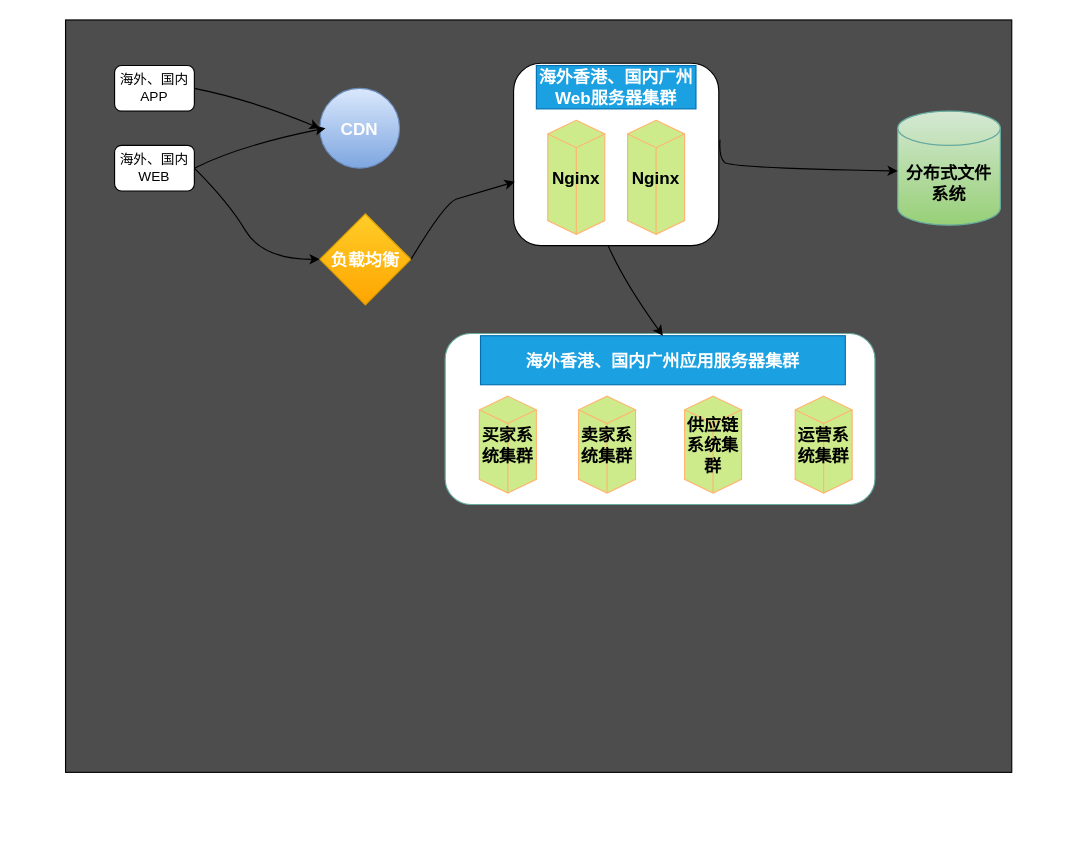
luoyongshun/framework keeps this draw.io diagram as cloudbirds/整体全景应用架构模型3.0.drawio. Above is the earlier version. Source tidied: cells renumbered, new cells numbered last; positions are measured from the earlier drawing's top-left corner, leaving out a move shared by most shapes. Both pictures are drawn from the tidied source at 114%, with x=0, y=0 at pixel (65, 19).
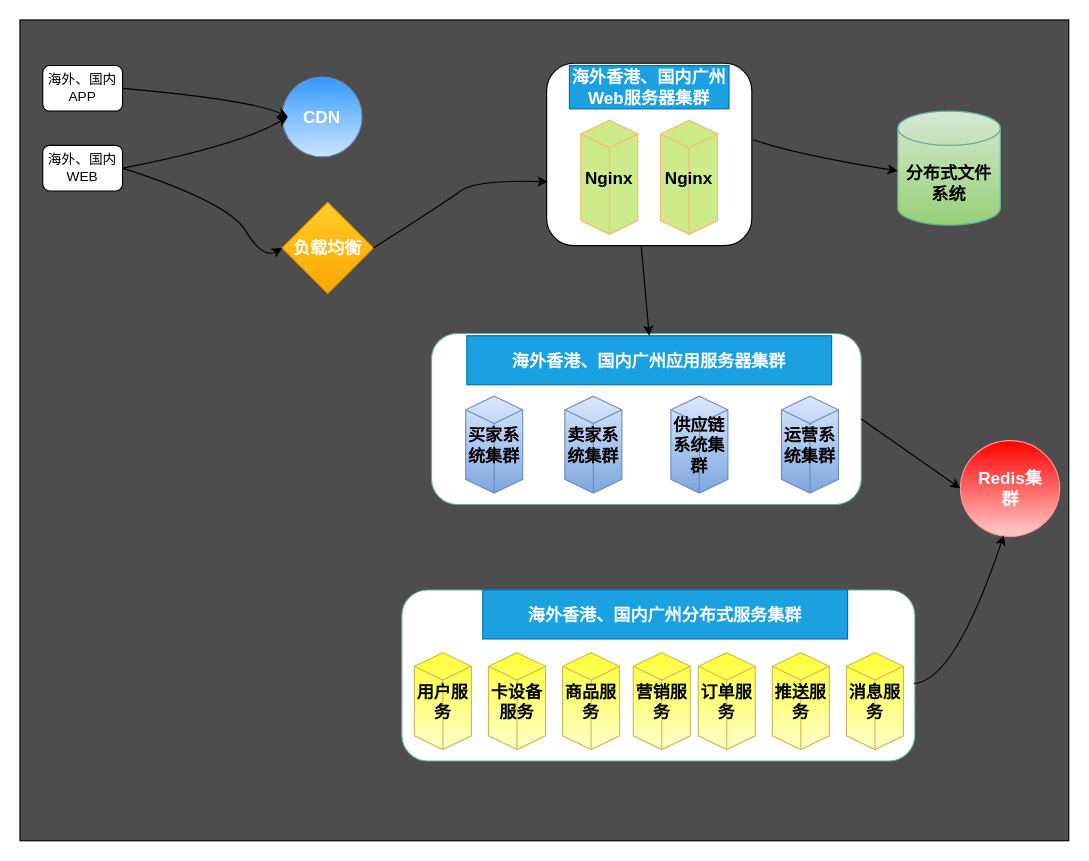
The same page after the edit.

Commit message:
更新整体全景应用架构模型3.0.drawio

The change refers to these unchanged cells:
```xml
<mxCell id="17" value="分布式文件系统" style="shape=cylinder3;whiteSpace=wrap;html=1;boundedLbl=1;backgroundOutline=1;size=15;fontSize=15;fillColor=#d5e8d4;strokeColor=#67AB9F;gradientColor=#97d077;fontStyle=1;" parent="1" vertex="1">
  <mxGeometry x="730" y="80" width="90" height="100" as="geometry" />
</mxCell>
```

Change to the diagram source:
```diff
@@
     <mxCell id="2" style="rounded=0;whiteSpace=wrap;html=1;fillColor=#4D4D4D;" parent="1" vertex="1">
-      <mxGeometry width="830" height="660" as="geometry" />
+      <mxGeometry x="-40" width="920" height="720" as="geometry" />
     </mxCell>
     <mxCell id="3" value="海外、国内APP" style="rounded=1;whiteSpace=wrap;html=1;" parent="1" vertex="1">
-      <mxGeometry x="43" y="40" width="70" height="40" as="geometry" />
+      <mxGeometry x="-20" y="40" width="70" height="40" as="geometry" />
     </mxCell>
     <mxCell id="4" value="海外、国内WEB" style="rounded=1;whiteSpace=wrap;html=1;" parent="1" vertex="1">
-      <mxGeometry x="43" y="110" width="70" height="40" as="geometry" />
+      <mxGeometry x="-20" y="110" width="70" height="40" as="geometry" />
     </mxCell>
-    <mxCell id="5" style="verticalLabelPosition=bottom;verticalAlign=top;html=1;shape=mxgraph.flowchart.on-page_reference;fillColor=#dae8fc;gradientColor=#7ea6e0;strokeColor=#6c8ebf;" parent="1" vertex="1">
-      <mxGeometry x="223" y="60" width="70" height="70" as="geometry" />
+    <mxCell id="5" style="verticalLabelPosition=bottom;verticalAlign=top;html=1;shape=mxgraph.flowchart.on-page_reference;fillColor=#3399FF;gradientColor=#CCE5FF;strokeColor=#6c8ebf;" parent="1" vertex="1">
+      <mxGeometry x="190" y="50" width="70" height="70" as="geometry" />
     </mxCell>
     <mxCell id="6" value="&lt;font size=&quot;1&quot; color=&quot;#ffffff&quot;&gt;&lt;b style=&quot;font-size: 15px;&quot;&gt;负载均衡&lt;/b&gt;&lt;/font&gt;" style="rhombus;whiteSpace=wrap;html=1;fillColor=#ffcd28;gradientColor=#ffa500;strokeColor=#d79b00;" parent="1" vertex="1">
-      <mxGeometry x="223" y="170" width="80" height="80" as="geometry" />
+      <mxGeometry x="190" y="160" width="80" height="80" as="geometry" />
     </mxCell>
-    <mxCell id="7" style="curved=1;endArrow=classic;html=1;rounded=0;fontColor=#FFFFFF;entryX=0;entryY=0.5;entryDx=0;entryDy=0;entryPerimeter=0;exitX=1;exitY=0.5;exitDx=0;exitDy=0;" parent="1" edge="1" source="3" target="5">
+    <mxCell id="7" style="curved=1;endArrow=classic;html=1;rounded=0;fontColor=#FFFFFF;entryX=0;entryY=0.5;entryDx=0;entryDy=0;exitX=1;exitY=0.5;exitDx=0;exitDy=0;" parent="1" edge="1" source="3" target="9">
       <mxGeometry relative="1" as="geometry">
         <Array as="points">
           <mxPoint x="163" y="70" />
         </Array>
       </mxGeometry>
     </mxCell>
@@
     <mxCell id="9" value="&lt;b&gt;&lt;font style=&quot;font-size: 15px;&quot;&gt;CDN&lt;/font&gt;&lt;/b&gt;" style="text;html=1;strokeColor=none;fillColor=none;align=center;verticalAlign=middle;whiteSpace=wrap;rounded=0;fontColor=#FFFFFF;" parent="1" vertex="1">
-      <mxGeometry x="228" y="80" width="60" height="30" as="geometry" />
+      <mxGeometry x="195" y="70" width="60" height="30" as="geometry" />
     </mxCell>
     <mxCell id="10" style="rounded=1;whiteSpace=wrap;html=1;fontColor=#FFFFFF;fillColor=#FFFFFF;" parent="1" vertex="1">
-      <mxGeometry x="393" y="38" width="180" height="160" as="geometry" />
+      <mxGeometry x="422" y="38" width="180" height="160" as="geometry" />
     </mxCell>
@@
     <mxCell id="12" value="&lt;font style=&quot;font-size: 15px;&quot;&gt;海外香港、国内广州Web服务器集群&lt;/font&gt;" style="text;html=1;strokeColor=#006EAF;fillColor=#1ba1e2;align=center;verticalAlign=middle;whiteSpace=wrap;rounded=0;fontColor=#ffffff;fontStyle=1;" parent="1" vertex="1">
-      <mxGeometry x="413" y="40" width="140" height="38" as="geometry" />
+      <mxGeometry x="442" y="40" width="140" height="38" as="geometry" />
     </mxCell>
     <mxCell id="13" style="curved=1;endArrow=classic;html=1;rounded=0;fontColor=#000000;entryX=0.006;entryY=0.65;entryDx=0;entryDy=0;entryPerimeter=0;exitX=1;exitY=0.5;exitDx=0;exitDy=0;" parent="1" edge="1" source="6" target="10">
       <mxGeometry relative="1" as="geometry">
         <Array as="points">
           <mxPoint x="333" y="160" />
-          <mxPoint x="353" y="154" />
+          <mxPoint x="360" y="140" />
         </Array>
       </mxGeometry>
     </mxCell>
     <mxCell id="14" value="Nginx" style="html=1;whiteSpace=wrap;shape=isoCube2;backgroundOutline=1;isoAngle=15;fontSize=15;fillColor=#cdeb8b;strokeColor=#FFB570;fontStyle=1;" parent="1" vertex="1">
-      <mxGeometry x="423" y="88" width="50" height="100" as="geometry" />
+      <mxGeometry x="452" y="88" width="50" height="100" as="geometry" />
     </mxCell>
     <mxCell id="15" value="Nginx" style="html=1;whiteSpace=wrap;shape=isoCube2;backgroundOutline=1;isoAngle=15;fontSize=15;fillColor=#cdeb8b;strokeColor=#FFB570;fontStyle=1;" parent="1" vertex="1">
-      <mxGeometry x="493" y="88" width="50" height="100" as="geometry" />
+      <mxGeometry x="522" y="88" width="50" height="100" as="geometry" />
     </mxCell>
@@
     <mxCell id="18" style="curved=1;endArrow=classic;html=1;rounded=0;fontSize=15;fontColor=#000000;exitX=1.006;exitY=0.419;exitDx=0;exitDy=0;exitPerimeter=0;entryX=0;entryY=0;entryDx=0;entryDy=52.5;entryPerimeter=0;" parent="1" edge="1" source="10" target="17">
       <mxGeometry relative="1" as="geometry">
         <Array as="points">
-          <mxPoint x="573" y="120" />
-          <mxPoint x="583" y="130" />
+          <mxPoint x="640" y="118" />
         </Array>
       </mxGeometry>
     </mxCell>
     <mxCell id="19" style="rounded=1;whiteSpace=wrap;html=1;strokeColor=#67AB9F;fontSize=15;fontColor=#000000;fillColor=#FFFFFF;" parent="1" vertex="1">
-      <mxGeometry x="333" y="275" width="377" height="150" as="geometry" />
+      <mxGeometry x="321" y="275" width="377" height="150" as="geometry" />
     </mxCell>
     <mxCell id="20" value="海外香港、国内广州应用服务器集群" style="text;html=1;strokeColor=#006EAF;fillColor=#1ba1e2;align=center;verticalAlign=middle;whiteSpace=wrap;rounded=0;fontSize=15;fontColor=#ffffff;fontStyle=1;" parent="1" vertex="1">
-      <mxGeometry x="364" y="277" width="320" height="43" as="geometry" />
+      <mxGeometry x="352" y="277" width="320" height="43" as="geometry" />
     </mxCell>
     <mxCell id="21" style="curved=1;endArrow=classic;html=1;rounded=0;fontSize=15;fontColor=#000000;entryX=0.5;entryY=0;entryDx=0;entryDy=0;exitX=0.461;exitY=1;exitDx=0;exitDy=0;exitPerimeter=0;" parent="1" edge="1" source="10" target="20">
-      <mxGeometry relative="1" as="geometry">
-        <Array as="points">
-          <mxPoint x="490" y="230" />
-        </Array>
-      </mxGeometry>
+      <mxGeometry relative="1" as="geometry" />
     </mxCell>
-    <mxCell id="22" value="买家系统集群" style="html=1;whiteSpace=wrap;shape=isoCube2;backgroundOutline=1;isoAngle=15;fontSize=15;fillColor=#cdeb8b;strokeColor=#FFB570;fontStyle=1;" parent="1" vertex="1">
-      <mxGeometry x="363" y="330" width="50" height="85" as="geometry" />
+    <mxCell id="22" value="买家系统集群" style="html=1;whiteSpace=wrap;shape=isoCube2;backgroundOutline=1;isoAngle=15;fontSize=15;fillColor=#dae8fc;strokeColor=#6c8ebf;fontStyle=1;gradientColor=#7ea6e0;" parent="1" vertex="1">
+      <mxGeometry x="351" y="330" width="50" height="85" as="geometry" />
     </mxCell>
-    <mxCell id="23" value="卖家系统集群" style="html=1;whiteSpace=wrap;shape=isoCube2;backgroundOutline=1;isoAngle=15;fontSize=15;fillColor=#cdeb8b;strokeColor=#FFB570;fontStyle=1;" parent="1" vertex="1">
-      <mxGeometry x="450" y="330" width="50" height="85" as="geometry" />
+    <mxCell id="23" value="卖家系统集群" style="html=1;whiteSpace=wrap;shape=isoCube2;backgroundOutline=1;isoAngle=15;fontSize=15;fillColor=#dae8fc;strokeColor=#6c8ebf;fontStyle=1;gradientColor=#7ea6e0;" parent="1" vertex="1">
+      <mxGeometry x="438" y="330" width="50" height="85" as="geometry" />
     </mxCell>
-    <mxCell id="24" value="供应链系统集群" style="html=1;whiteSpace=wrap;shape=isoCube2;backgroundOutline=1;isoAngle=15;fontSize=15;fillColor=#cdeb8b;strokeColor=#FFB570;fontStyle=1;" parent="1" vertex="1">
-      <mxGeometry x="543" y="330" width="50" height="85" as="geometry" />
+    <mxCell id="24" value="供应链系统集群" style="html=1;whiteSpace=wrap;shape=isoCube2;backgroundOutline=1;isoAngle=15;fontSize=15;fillColor=#dae8fc;strokeColor=#6c8ebf;fontStyle=1;gradientColor=#7ea6e0;" parent="1" vertex="1">
+      <mxGeometry x="531" y="330" width="50" height="85" as="geometry" />
     </mxCell>
-    <mxCell id="25" value="运营系统集群" style="html=1;whiteSpace=wrap;shape=isoCube2;backgroundOutline=1;isoAngle=15;fontSize=15;fillColor=#cdeb8b;strokeColor=#FFB570;fontStyle=1;" parent="1" vertex="1">
-      <mxGeometry x="640" y="330" width="50" height="85" as="geometry" />
+    <mxCell id="25" value="运营系统集群" style="html=1;whiteSpace=wrap;shape=isoCube2;backgroundOutline=1;isoAngle=15;fontSize=15;fillColor=#dae8fc;strokeColor=#6c8ebf;fontStyle=1;gradientColor=#7ea6e0;" parent="1" vertex="1">
+      <mxGeometry x="628" y="330" width="50" height="85" as="geometry" />
     </mxCell>
+    <mxCell id="26" style="verticalLabelPosition=bottom;verticalAlign=top;html=1;shape=mxgraph.flowchart.on-page_reference;fillColor=#FF0000;strokeColor=#FF9999;fontColor=#ffffff;gradientColor=#FFCCCC;" parent="1" vertex="1">
+      <mxGeometry x="785" y="369" width="87" height="84" as="geometry" />
+    </mxCell>
+    <mxCell id="27" value="&lt;b&gt;&lt;font style=&quot;font-size: 15px;&quot;&gt;Redis集群&lt;/font&gt;&lt;/b&gt;" style="text;html=1;strokeColor=none;fillColor=none;align=center;verticalAlign=middle;whiteSpace=wrap;rounded=0;fontColor=#FFFFFF;" parent="1" vertex="1">
+      <mxGeometry x="798.5" y="396" width="60" height="30" as="geometry" />
+    </mxCell>
+    <mxCell id="28" style="curved=1;endArrow=classic;html=1;rounded=0;fontSize=15;fontColor=#000000;entryX=0;entryY=0.5;entryDx=0;entryDy=0;entryPerimeter=0;exitX=1;exitY=0.5;exitDx=0;exitDy=0;" parent="1" edge="1" source="19" target="26">
+      <mxGeometry relative="1" as="geometry" />
+    </mxCell>
+    <mxCell id="29" style="rounded=1;whiteSpace=wrap;html=1;strokeColor=#67AB9F;fontSize=15;fontColor=#000000;fillColor=#FFFFFF;" parent="1" vertex="1">
+      <mxGeometry x="295" y="500" width="450" height="150" as="geometry" />
+    </mxCell>
+    <mxCell id="30" value="海外香港、国内广州分布式服务集群" style="text;html=1;strokeColor=#006EAF;fillColor=#1ba1e2;align=center;verticalAlign=middle;whiteSpace=wrap;rounded=0;fontSize=15;fontColor=#ffffff;fontStyle=1;" parent="1" vertex="1">
+      <mxGeometry x="366" y="500" width="320" height="43" as="geometry" />
+    </mxCell>
+    <mxCell id="31" value="用户服务" style="html=1;whiteSpace=wrap;shape=isoCube2;backgroundOutline=1;isoAngle=15;fontSize=15;fillColor=#FFFF33;strokeColor=#d6b656;fontStyle=1;gradientColor=#FFFFCC;" parent="1" vertex="1">
+      <mxGeometry x="306" y="555" width="50" height="85" as="geometry" />
+    </mxCell>
+    <mxCell id="32" value="卡设备服务" style="html=1;whiteSpace=wrap;shape=isoCube2;backgroundOutline=1;isoAngle=15;fontSize=15;fillColor=#FFFF33;strokeColor=#d6b656;fontStyle=1;gradientColor=#FFFFCC;" parent="1" vertex="1">
+      <mxGeometry x="371" y="555" width="50" height="85" as="geometry" />
+    </mxCell>
+    <mxCell id="33" value="商品服务" style="html=1;whiteSpace=wrap;shape=isoCube2;backgroundOutline=1;isoAngle=15;fontSize=15;fillColor=#FFFF33;strokeColor=#d6b656;fontStyle=1;gradientColor=#FFFFCC;" parent="1" vertex="1">
+      <mxGeometry x="436" y="555" width="50" height="85" as="geometry" />
+    </mxCell>
+    <mxCell id="34" value="营销服务" style="html=1;whiteSpace=wrap;shape=isoCube2;backgroundOutline=1;isoAngle=15;fontSize=15;fillColor=#FFFF33;strokeColor=#d6b656;fontStyle=1;gradientColor=#FFFFCC;" parent="1" vertex="1">
+      <mxGeometry x="498" y="555" width="50" height="85" as="geometry" />
+    </mxCell>
+    <mxCell id="35" value="订单服务" style="html=1;whiteSpace=wrap;shape=isoCube2;backgroundOutline=1;isoAngle=15;fontSize=15;fillColor=#FFFF33;strokeColor=#d6b656;fontStyle=1;gradientColor=#FFFFCC;" parent="1" vertex="1">
+      <mxGeometry x="555" y="555" width="50" height="85" as="geometry" />
+    </mxCell>
+    <mxCell id="36" value="推送服务" style="html=1;whiteSpace=wrap;shape=isoCube2;backgroundOutline=1;isoAngle=15;fontSize=15;fillColor=#FFFF33;strokeColor=#d6b656;fontStyle=1;gradientColor=#FFFFCC;" parent="1" vertex="1">
+      <mxGeometry x="620" y="555" width="50" height="85" as="geometry" />
+    </mxCell>
+    <mxCell id="37" value="消息服务" style="html=1;whiteSpace=wrap;shape=isoCube2;backgroundOutline=1;isoAngle=15;fontSize=15;fillColor=#FFFF33;strokeColor=#d6b656;fontStyle=1;gradientColor=#FFFFCC;" parent="1" vertex="1">
+      <mxGeometry x="685" y="555" width="50" height="85" as="geometry" />
+    </mxCell>
+    <mxCell id="38" style="curved=1;endArrow=classic;html=1;rounded=0;fontSize=15;fontColor=#000000;entryX=0.437;entryY=0.988;entryDx=0;entryDy=0;entryPerimeter=0;exitX=0.998;exitY=0.547;exitDx=0;exitDy=0;exitPerimeter=0;" parent="1" edge="1" source="29" target="26">
+      <mxGeometry relative="1" as="geometry">
+        <Array as="points">
+          <mxPoint x="780" y="580" />
+        </Array>
+      </mxGeometry>
+    </mxCell>
```
